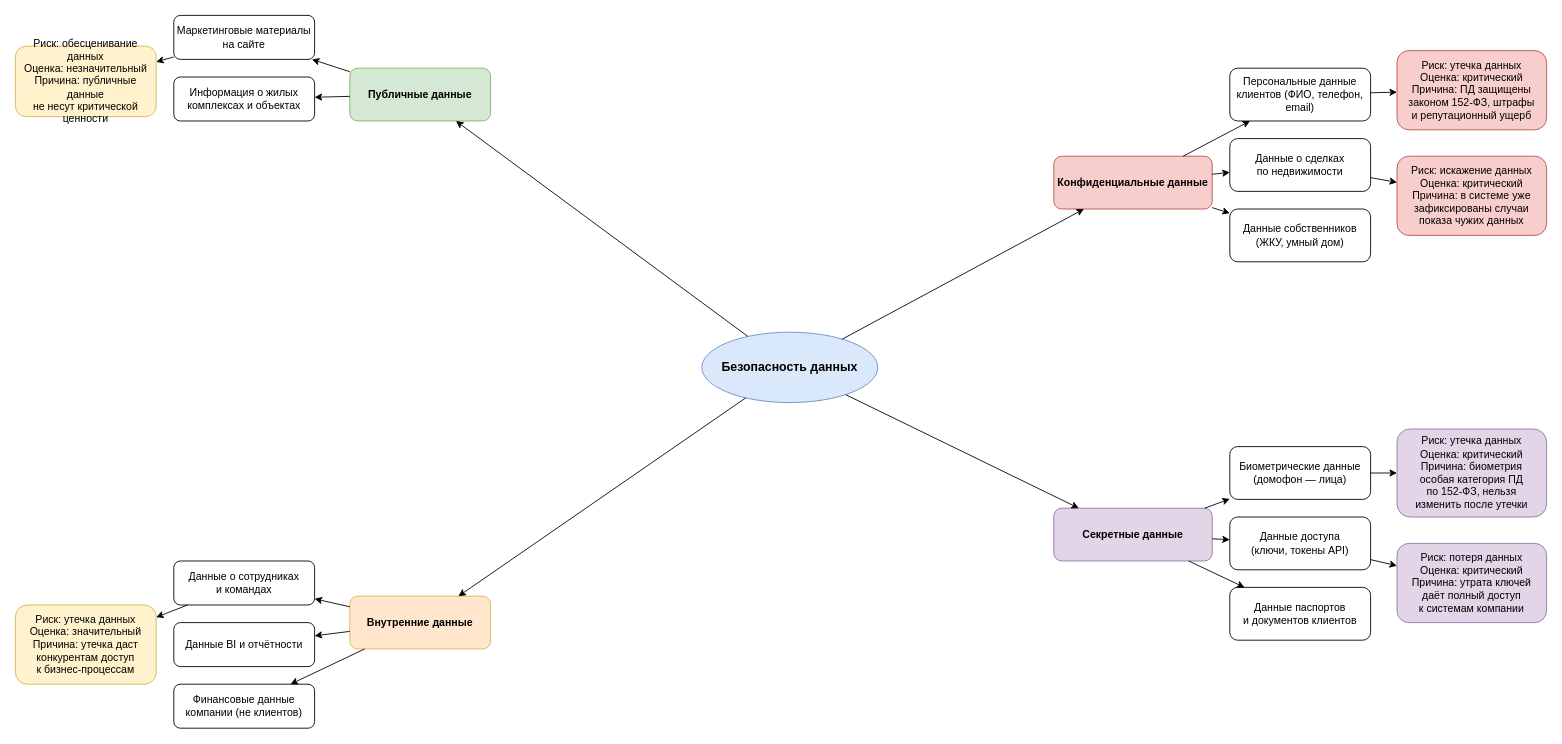
Before: Task1/mindmap.drawio in firuzd1/architecture-pro-propdevelopment, a draw.io diagram. Source tidied: cells renumbered, new cells numbered last; positions are measured from the earlier drawing's top-left corner, leaving out a move shared by most shapes. Both pictures are drawn from the tidied source at 88%, with x=0, y=0 at pixel (15, 15).
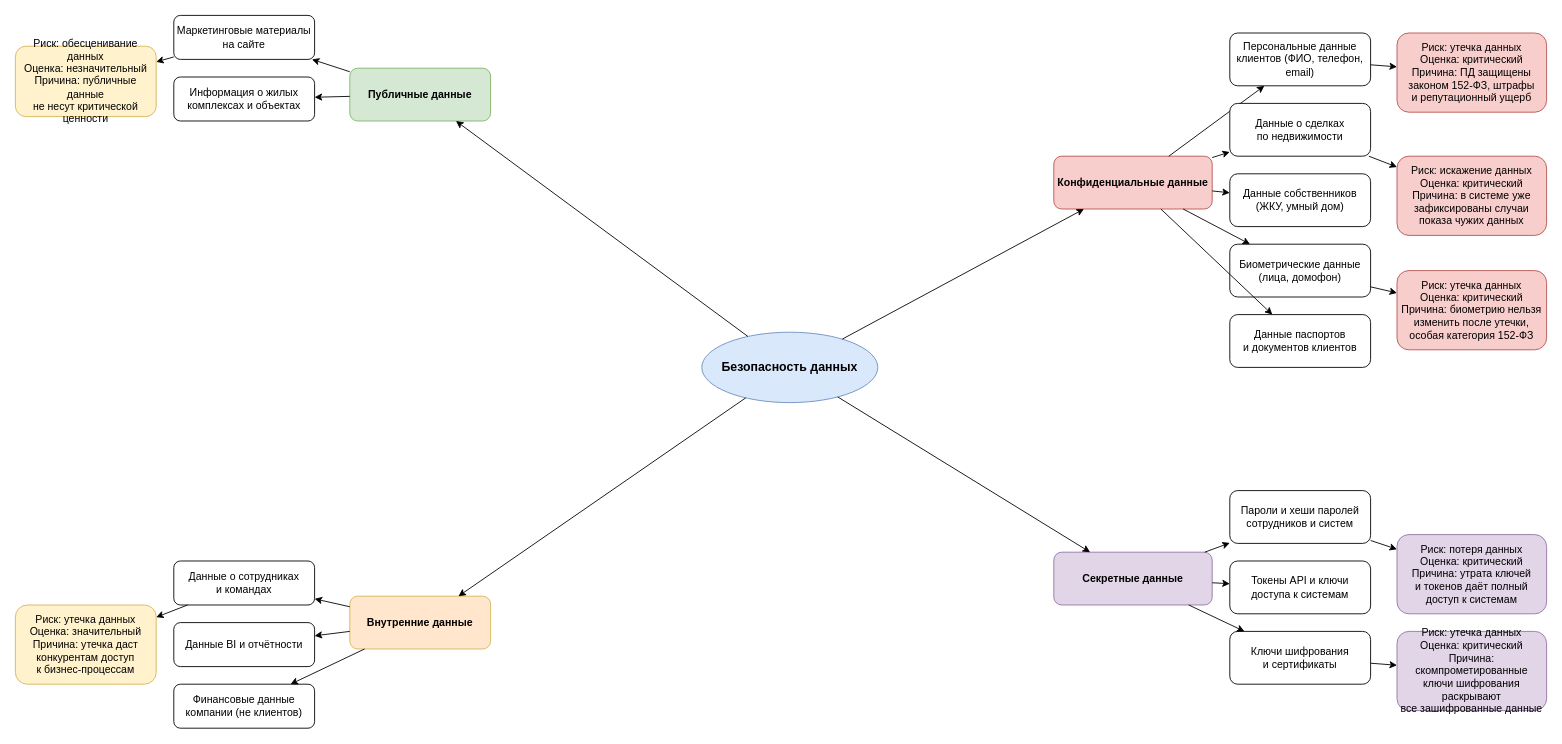
The same page after the edit.

Commit message (it also covers changes not shown here):
fix task1 data classification fix task3 add containers diagram

Unchanged cells that the change refers to:
```xml
<mxCell id="21" value="Конфиденциальные данные" style="rounded=1;fillColor=#f8cecc;strokeColor=#b85450;fontStyle=1;whiteSpace=wrap;" parent="1" vertex="1">
  <mxGeometry x="1180" y="160" width="180" height="60" as="geometry" />
</mxCell>
```

Diff of the diagram source:
```diff
@@
     <mxCell id="23" value="Персональные данные&#10;клиентов (ФИО, телефон,&#10;email)" style="rounded=1;whiteSpace=wrap;" parent="1" vertex="1">
-      <mxGeometry x="1380" y="60" width="160" height="60" as="geometry" />
+      <mxGeometry x="1380" y="20" width="160" height="60" as="geometry" />
     </mxCell>
@@
     <mxCell id="25" value="Данные о сделках&#10;по недвижимости" style="rounded=1;whiteSpace=wrap;" parent="1" vertex="1">
-      <mxGeometry x="1380" y="140" width="160" height="60" as="geometry" />
+      <mxGeometry x="1380" y="100" width="160" height="60" as="geometry" />
     </mxCell>
@@
     <mxCell id="27" value="Данные собственников&#10;(ЖКУ, умный дом)" style="rounded=1;whiteSpace=wrap;" parent="1" vertex="1">
-      <mxGeometry x="1380" y="220" width="160" height="60" as="geometry" />
+      <mxGeometry x="1380" y="180" width="160" height="60" as="geometry" />
     </mxCell>
@@
+    <mxCell id="45" value="Биометрические данные&#10;(лица, домофон)" style="rounded=1;whiteSpace=wrap;" parent="1" vertex="1">
+      <mxGeometry x="1380" y="260" width="160" height="60" as="geometry" />
+    </mxCell>
+    <mxCell id="46" parent="1" edge="1" source="21" target="45">
+      <mxGeometry relative="1" as="geometry" />
+    </mxCell>
+    <mxCell id="47" value="Данные паспортов&#10;и документов клиентов" style="rounded=1;whiteSpace=wrap;" parent="1" vertex="1">
+      <mxGeometry x="1380" y="340" width="160" height="60" as="geometry" />
+    </mxCell>
+    <mxCell id="48" parent="1" edge="1" source="21" target="47">
+      <mxGeometry relative="1" as="geometry" />
+    </mxCell>
     <mxCell id="29" value="Риск: утечка данных&#10;Оценка: критический&#10;Причина: ПД защищены&#10;законом 152-ФЗ, штрафы&#10;и репутационный ущерб" style="rounded=1;fillColor=#f8cecc;strokeColor=#b85450;whiteSpace=wrap;" parent="1" vertex="1">
-      <mxGeometry x="1570" y="40" width="170" height="90" as="geometry" />
+      <mxGeometry x="1570" y="20" width="170" height="90" as="geometry" />
     </mxCell>
@@
+    <mxCell id="49" value="Риск: утечка данных&#10;Оценка: критический&#10;Причина: биометрию нельзя&#10;изменить после утечки,&#10;особая категория 152-ФЗ" style="rounded=1;fillColor=#f8cecc;strokeColor=#b85450;whiteSpace=wrap;" parent="1" vertex="1">
+      <mxGeometry x="1570" y="290" width="170" height="90" as="geometry" />
+    </mxCell>
+    <mxCell id="50" parent="1" edge="1" source="45" target="49">
+      <mxGeometry relative="1" as="geometry" />
+    </mxCell>
     <mxCell id="33" value="Секретные данные" style="rounded=1;fillColor=#e1d5e7;strokeColor=#9673a6;fontStyle=1;whiteSpace=wrap;" parent="1" vertex="1">
-      <mxGeometry x="1180" y="560" width="180" height="60" as="geometry" />
+      <mxGeometry x="1180" y="610" width="180" height="60" as="geometry" />
     </mxCell>
@@
-    <mxCell id="35" value="Биометрические данные&#10;(домофон — лица)" style="rounded=1;whiteSpace=wrap;" parent="1" vertex="1">
-      <mxGeometry x="1380" y="490" width="160" height="60" as="geometry" />
+    <mxCell id="35" value="Пароли и хеши паролей&#10;сотрудников и систем" style="rounded=1;whiteSpace=wrap;" parent="1" vertex="1">
+      <mxGeometry x="1380" y="540" width="160" height="60" as="geometry" />
     </mxCell>
@@
-    <mxCell id="37" value="Данные доступа&#10;(ключи, токены API)" style="rounded=1;whiteSpace=wrap;" parent="1" vertex="1">
-      <mxGeometry x="1380" y="570" width="160" height="60" as="geometry" />
+    <mxCell id="37" value="Токены API и ключи&#10;доступа к системам" style="rounded=1;whiteSpace=wrap;" parent="1" vertex="1">
+      <mxGeometry x="1380" y="620" width="160" height="60" as="geometry" />
     </mxCell>
@@
-    <mxCell id="39" value="Данные паспортов&#10;и документов клиентов" style="rounded=1;whiteSpace=wrap;" parent="1" vertex="1">
-      <mxGeometry x="1380" y="650" width="160" height="60" as="geometry" />
+    <mxCell id="39" value="Ключи шифрования&#10;и сертификаты" style="rounded=1;whiteSpace=wrap;" parent="1" vertex="1">
+      <mxGeometry x="1380" y="700" width="160" height="60" as="geometry" />
     </mxCell>
@@
-    <mxCell id="41" value="Риск: утечка данных&#10;Оценка: критический&#10;Причина: биометрия&#10;особая категория ПД&#10;по 152-ФЗ, нельзя&#10;изменить после утечки" style="rounded=1;fillColor=#e1d5e7;strokeColor=#9673a6;whiteSpace=wrap;" parent="1" vertex="1">
-      <mxGeometry x="1570" y="470" width="170" height="100" as="geometry" />
+    <mxCell id="41" value="Риск: потеря данных&#10;Оценка: критический&#10;Причина: утрата ключей&#10;и токенов даёт полный&#10;доступ к системам" style="rounded=1;fillColor=#e1d5e7;strokeColor=#9673a6;whiteSpace=wrap;" parent="1" vertex="1">
+      <mxGeometry x="1570" y="590" width="170" height="90" as="geometry" />
     </mxCell>
@@
-    <mxCell id="43" value="Риск: потеря данных&#10;Оценка: критический&#10;Причина: утрата ключей&#10;даёт полный доступ&#10;к системам компании" style="rounded=1;fillColor=#e1d5e7;strokeColor=#9673a6;whiteSpace=wrap;" parent="1" vertex="1">
-      <mxGeometry x="1570" y="600" width="170" height="90" as="geometry" />
+    <mxCell id="43" value="Риск: утечка данных&#10;Оценка: критический&#10;Причина: скомпрометированные&#10;ключи шифрования раскрывают&#10;все зашифрованные данные" style="rounded=1;fillColor=#e1d5e7;strokeColor=#9673a6;whiteSpace=wrap;" parent="1" vertex="1">
+      <mxGeometry x="1570" y="700" width="170" height="90" as="geometry" />
     </mxCell>
-    <mxCell id="44" parent="1" edge="1" source="37" target="43">
+    <mxCell id="44" parent="1" edge="1" source="39" target="43">
       <mxGeometry relative="1" as="geometry" />
     </mxCell>
```
